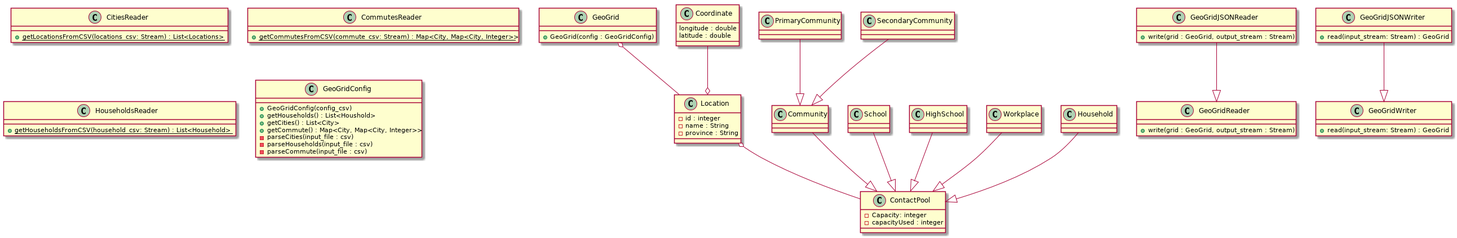
Above: assets/src/design/design.png in LEDfan/Bachelorproef (PlantUML), before the change.
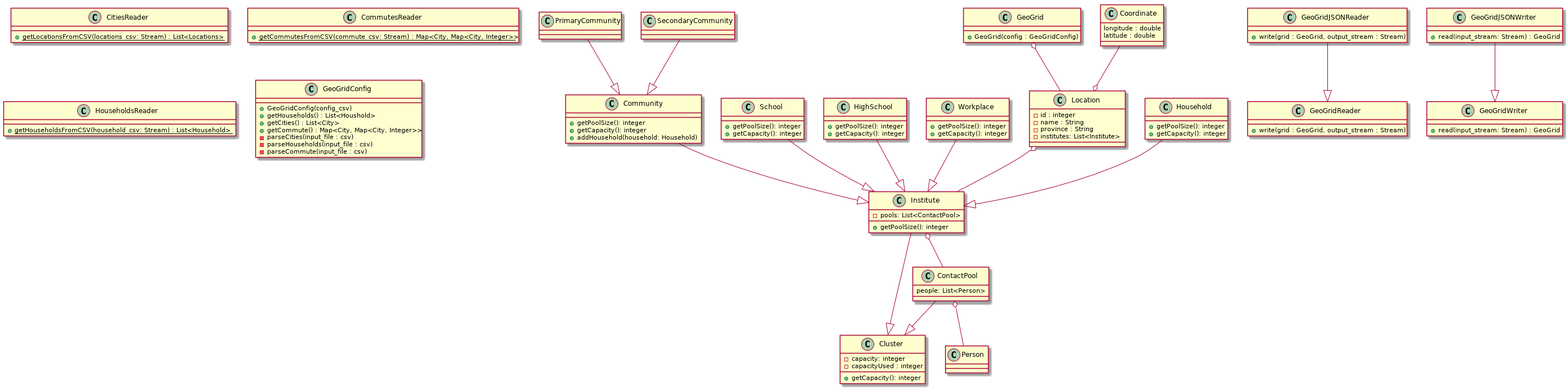
Above is the later version.

Change to the diagram source:
```diff
@@ -26,7 +26,9 @@
 }
 
 class Community {
-
+    + getPoolSize(): integer
+    + getCapacity(): integer
+    + addHousehold(household: Household)
 }
 
 class PrimaryCommunity {
@@ -38,19 +40,32 @@
 }
 
 class School {
-
+    + getPoolSize(): integer
+    + getCapacity(): integer
 }
 
 class HighSchool {
-
+    + getPoolSize(): integer
+    + getCapacity(): integer
 }
 
 class Workplace {
-
+    + getPoolSize(): integer
+    + getCapacity(): integer
 }
 
 class ContactPool {
-	- Capacity: integer
+    people: List<Person>
+}
+
+class Institute {
+    - pools: List<ContactPool>
+    + getPoolSize(): integer
+}
+
+class Cluster {
+    + getCapacity(): integer
+	- capacity: integer
 	- capacityUsed : integer
 }
 
@@ -58,10 +73,12 @@
 	- id : integer
 	- name : String
 	- province : String
+    - institutes: List<Institute>
 }
 
 class Household {
-
+    + getPoolSize(): integer
+    + getCapacity(): integer
 }
 
 class Coordinate {
@@ -85,13 +102,21 @@
     + write(grid : GeoGrid, output_stream : Stream)
 }
 
-School --|> ContactPool
-HighSchool --|> ContactPool
-Workplace --|> ContactPool
-Community --|> ContactPool
-Household --|> ContactPool
+class Person {
 
-Location o-- ContactPool
+}
+
+School --|> Institute
+HighSchool --|> Institute
+Workplace --|> Institute
+Community --|> Institute
+Household --|> Institute
+
+Institute --|> Cluster
+ContactPool --|> Cluster
+
+Location o-- Institute
+ContactPool o-- Person
 
 PrimaryCommunity --|> Community
 SecondaryCommunity --|> Community
@@ -101,5 +126,7 @@
 
 GeoGrid o-- Location
 
+Institute o-- ContactPool
+
 Coordinate --o Location
 @enduml
```
